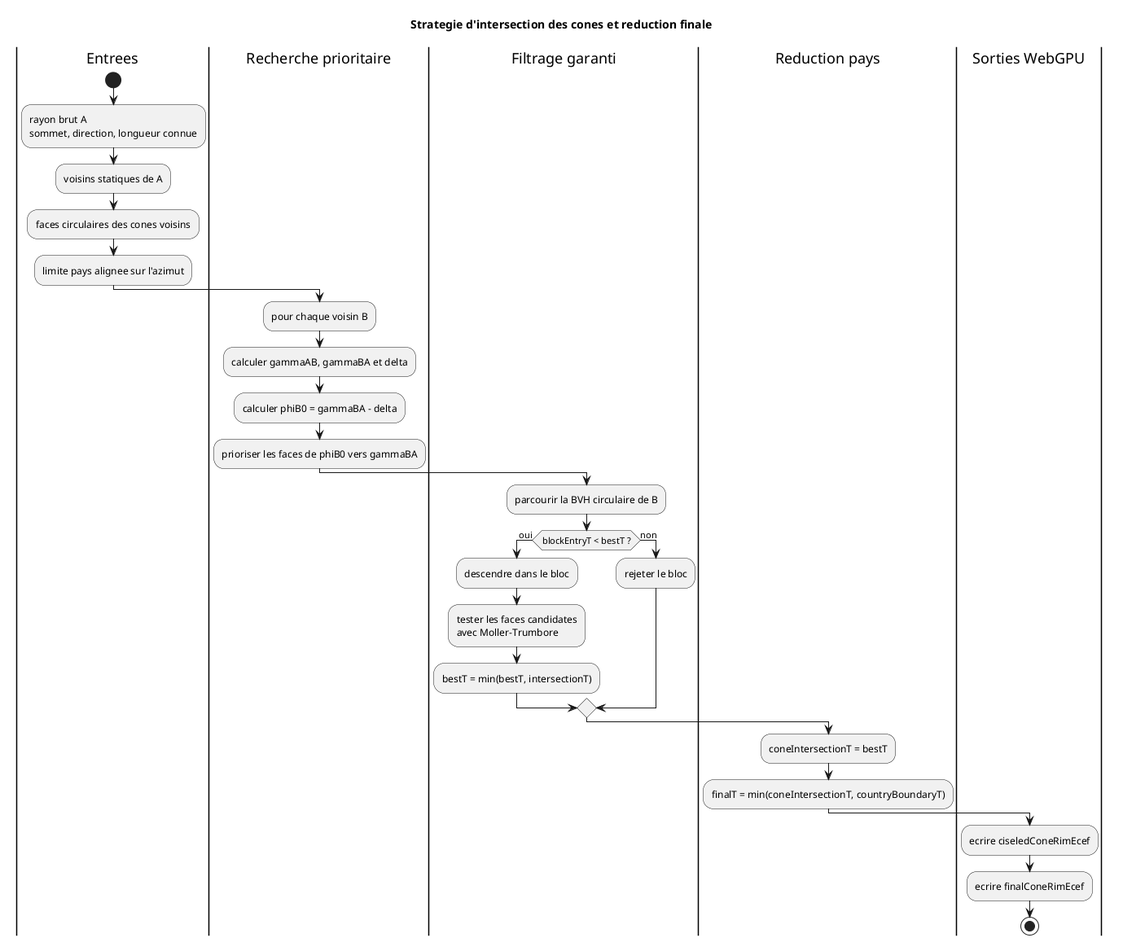
Above: docs/diagrams/precompute/10-cone-intersection-strategy.png in kaktus40/shriveling_world (PlantUML), before the change.
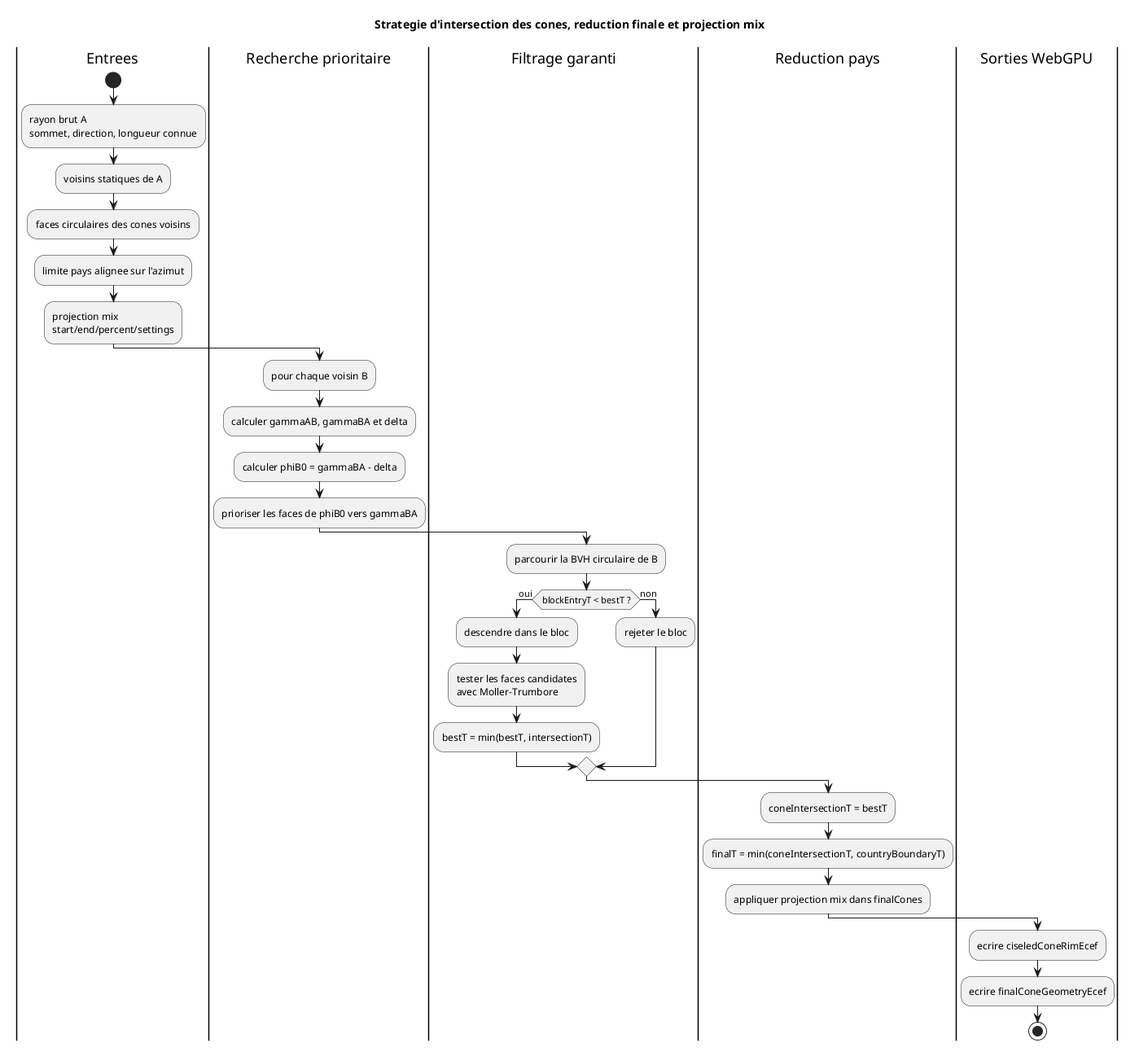
After the change.

What changed in the source:
```diff
@@ -1,5 +1,5 @@
 @startuml
-title Strategie d'intersection des cones et reduction finale
+title Strategie d'intersection des cones, reduction finale et projection mix
 
 |Entrees|
 start
@@ -7,6 +7,7 @@
 :voisins statiques de A;
 :faces circulaires des cones voisins;
 :limite pays alignee sur l'azimut;
+:projection mix\nstart/end/percent/settings;
 
 |Recherche prioritaire|
 :pour chaque voisin B;
@@ -27,9 +28,10 @@
 |Reduction pays|
 :coneIntersectionT = bestT;
 :finalT = min(coneIntersectionT, countryBoundaryT);
+:appliquer projection mix dans finalCones;
 
 |Sorties WebGPU|
 :ecrire ciseledConeRimEcef;
-:ecrire finalConeRimEcef;
+:ecrire finalConeGeometryEcef;
 stop
 @enduml
```
